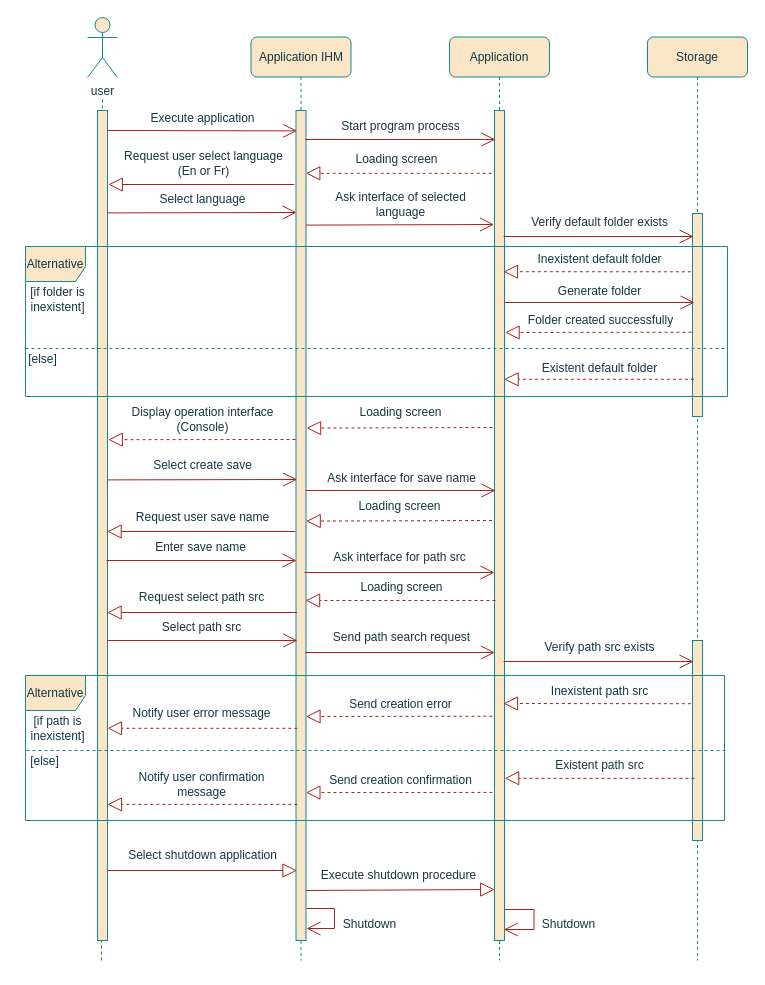
Before: page "Page-1" (1 of 2) of create diagram.drawio in Weicheng178/UML, a draw.io diagram. Source tidied: cells renumbered, new cells numbered last; positions are measured from the earlier drawing's top-left corner, leaving out a move shared by most shapes. Both pictures are drawn from the tidied source at 100%, with x=0, y=0 at pixel (17, 17).
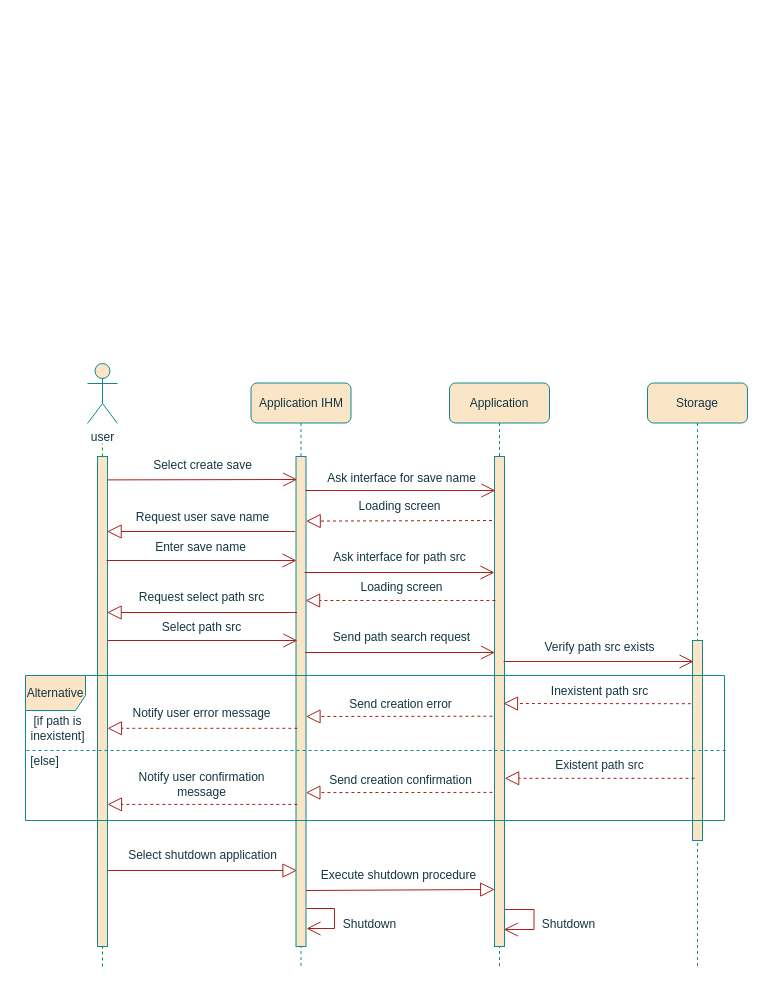
The same diagram, later.

Change to the diagram source:
```diff
@@
     <mxCell id="3" value="&lt;span style=&quot;&quot;&gt;Application IHM&lt;/span&gt;" style="shape=umlLifeline;perimeter=lifelinePerimeter;whiteSpace=wrap;html=1;rounded=1;fillColor=#FAE5C7;strokeColor=#0F8B8D;fontColor=#143642;" parent="1" vertex="1">
-      <mxGeometry x="233.5" y="19.5" width="100" height="923.5" as="geometry" />
+      <mxGeometry x="233.5" y="365.5" width="100" height="583.5" as="geometry" />
     </mxCell>
     <mxCell id="4" value="user" style="shape=umlActor;verticalLabelPosition=bottom;verticalAlign=top;html=1;rounded=1;fillColor=#FAE5C7;strokeColor=#0F8B8D;fontColor=#143642;" parent="1" vertex="1">
-      <mxGeometry x="70" width="30" height="60" as="geometry" />
+      <mxGeometry x="70" y="346" width="30" height="60" as="geometry" />
     </mxCell>
     <mxCell id="5" value="&lt;span style=&quot;&quot;&gt;Application&lt;/span&gt;" style="shape=umlLifeline;perimeter=lifelinePerimeter;whiteSpace=wrap;html=1;rounded=1;fillColor=#FAE5C7;strokeColor=#0F8B8D;fontColor=#143642;" parent="1" vertex="1">
-      <mxGeometry x="432" y="19.5" width="100" height="923.5" as="geometry" />
+      <mxGeometry x="432" y="365.5" width="100" height="583.5" as="geometry" />
     </mxCell>
     <mxCell id="6" value="&lt;span style=&quot;&quot;&gt;Storage&lt;/span&gt;" style="shape=umlLifeline;perimeter=lifelinePerimeter;whiteSpace=wrap;html=1;rounded=1;fillColor=#FAE5C7;strokeColor=#0F8B8D;fontColor=#143642;" parent="1" vertex="1">
-      <mxGeometry x="630" y="19.5" width="100" height="923.5" as="geometry" />
+      <mxGeometry x="630" y="365.5" width="100" height="583.5" as="geometry" />
     </mxCell>
     <mxCell id="7" style="endArrow=none;dashed=1;html=1;rounded=1;labelBackgroundColor=#DAD2D8;strokeColor=#009900;fontColor=#143642;fillColor=#d5e8d4;" parent="1" edge="1">
       <mxGeometry relative="1" as="geometry">
-        <mxPoint x="84" y="943" as="sourcePoint" />
-        <mxPoint x="84.9" y="80" as="targetPoint" />
+        <mxPoint x="85" y="949" as="sourcePoint" />
+        <mxPoint x="84.9" y="426" as="targetPoint" />
       </mxGeometry>
     </mxCell>
@@
     <mxCell id="14" style="html=1;perimeter=orthogonalPerimeter;rounded=0;glass=0;labelBackgroundColor=none;fillStyle=auto;fillColor=#FAE5C7;strokeColor=#0F8B8D;fontColor=#143642;" parent="1" vertex="1">
-      <mxGeometry x="80" y="93" width="10" height="830" as="geometry" />
+      <mxGeometry x="80" y="439" width="10" height="490" as="geometry" />
     </mxCell>
     <mxCell id="15" style="html=1;perimeter=orthogonalPerimeter;rounded=0;glass=0;labelBackgroundColor=none;fillStyle=auto;fillColor=#FAE5C7;strokeColor=#0F8B8D;fontColor=#143642;" parent="1" vertex="1">
-      <mxGeometry x="278.5" y="93" width="10" height="830" as="geometry" />
+      <mxGeometry x="278.5" y="439" width="10" height="490" as="geometry" />
     </mxCell>
@@
     <mxCell id="17" style="html=1;perimeter=orthogonalPerimeter;rounded=0;glass=0;labelBackgroundColor=none;fillStyle=auto;fillColor=#FAE5C7;strokeColor=#0F8B8D;fontColor=#143642;" parent="1" vertex="1">
-      <mxGeometry x="477" y="93" width="10" height="830" as="geometry" />
+      <mxGeometry x="477" y="439" width="10" height="490" as="geometry" />
     </mxCell>
@@
-    <mxCell id="45" style="html=1;perimeter=orthogonalPerimeter;rounded=0;glass=0;labelBackgroundColor=none;fillStyle=auto;fillColor=#FAE5C7;strokeColor=#0F8B8D;fontColor=#143642;" parent="1" vertex="1">
-      <mxGeometry x="675" y="196" width="10" height="203" as="geometry" />
-    </mxCell>
-    <mxCell id="46" style="endArrow=block;dashed=1;endFill=0;endSize=12;html=1;rounded=1;exitX=-0.161;exitY=0.058;exitDx=0;exitDy=0;exitPerimeter=0;labelBackgroundColor=#DAD2D8;strokeColor=#A8201A;fontColor=#143642;" parent="1" edge="1">
-      <mxGeometry relative="1" as="geometry">
-        <mxPoint x="673.4" y="254.3" as="sourcePoint" />
-        <mxPoint x="486" y="254.2" as="targetPoint" />
-      </mxGeometry>
-    </mxCell>
-    <mxCell id="47" style="endArrow=block;dashed=1;endFill=0;endSize=12;html=1;rounded=1;labelBackgroundColor=#DAD2D8;strokeColor=#A8201A;fontColor=#143642;" parent="1" edge="1">
-      <mxGeometry relative="1" as="geometry">
-        <mxPoint x="474.2" y="155.8" as="sourcePoint" />
-        <mxPoint x="288.3" y="155.8" as="targetPoint" />
-      </mxGeometry>
-    </mxCell>
-    <mxCell id="48" style="endArrow=open;endFill=1;endSize=12;html=1;rounded=1;targetPerimeterSpacing=-4;sourcePerimeterSpacing=3;labelBackgroundColor=#DAD2D8;strokeColor=#A8201A;fontColor=#143642;" parent="1" edge="1">
-      <mxGeometry relative="1" as="geometry">
-        <mxPoint x="487" y="285" as="sourcePoint" />
-        <mxPoint x="677" y="285" as="targetPoint" />
-      </mxGeometry>
-    </mxCell>
-    <mxCell id="49" style="endArrow=block;dashed=1;endFill=0;endSize=12;html=1;rounded=1;targetPerimeterSpacing=-4;sourcePerimeterSpacing=3;labelBackgroundColor=#DAD2D8;strokeColor=#A8201A;fontColor=#143642;" parent="1" edge="1">
-      <mxGeometry relative="1" as="geometry">
-        <mxPoint x="676.4" y="361.8" as="sourcePoint" />
-        <mxPoint x="486.6" y="361.8" as="targetPoint" />
-      </mxGeometry>
-    </mxCell>
-    <mxCell id="50" value="Execute application" style="text;html=1;align=center;verticalAlign=middle;strokeColor=none;fillColor=none;rounded=1;fontColor=#143642;" parent="1" vertex="1">
-      <mxGeometry x="120" y="86" width="130" height="30" as="geometry" />
-    </mxCell>
-    <mxCell id="51" style="endArrow=open;endFill=1;endSize=12;html=1;rounded=1;entryX=0.118;entryY=0.021;entryDx=0;entryDy=0;entryPerimeter=0;labelBackgroundColor=#DAD2D8;strokeColor=#A8201A;fontColor=#143642;" parent="1" edge="1">
-      <mxGeometry relative="1" as="geometry">
-        <mxPoint x="90" y="113" as="sourcePoint" />
-        <mxPoint x="279.6" y="113.4" as="targetPoint" />
-      </mxGeometry>
-    </mxCell>
-    <mxCell id="52" value="Start program process" style="text;html=1;align=center;verticalAlign=middle;strokeColor=none;fillColor=none;rounded=1;fontColor=#143642;" parent="1" vertex="1">
-      <mxGeometry x="313" y="94" width="140" height="30" as="geometry" />
-    </mxCell>
-    <mxCell id="53" style="endArrow=open;endFill=1;endSize=12;html=1;rounded=1;exitX=0.913;exitY=0.022;exitDx=0;exitDy=0;exitPerimeter=0;labelBackgroundColor=#DAD2D8;strokeColor=#A8201A;fontColor=#143642;" parent="1" edge="1">
-      <mxGeometry relative="1" as="geometry">
-        <mxPoint x="287.6" y="122" as="sourcePoint" />
-        <mxPoint x="478" y="122" as="targetPoint" />
-      </mxGeometry>
-    </mxCell>
-    <mxCell id="54" style="endArrow=block;dashed=1;endFill=0;endSize=12;html=1;rounded=1;exitX=-0.125;exitY=0.144;exitDx=0;exitDy=0;exitPerimeter=0;labelBackgroundColor=#DAD2D8;strokeColor=#A8201A;fontColor=#143642;" parent="1" edge="1">
-      <mxGeometry relative="1" as="geometry">
-        <mxPoint x="278" y="422" as="sourcePoint" />
-        <mxPoint x="90.8" y="422.2" as="targetPoint" />
-      </mxGeometry>
-    </mxCell>
-    <mxCell id="55" value="Verify default folder exists" style="text;html=1;align=center;verticalAlign=middle;strokeColor=none;fillColor=none;rounded=1;fontColor=#143642;" parent="1" vertex="1">
-      <mxGeometry x="501.5" y="190" width="160" height="30" as="geometry" />
-    </mxCell>
-    <mxCell id="56" value="Alternative" style="shape=umlFrame;whiteSpace=wrap;html=1;width=60;height=35;fillColor=#FAE5C7;strokeColor=#0F8B8D;fontColor=#143642;" parent="1" vertex="1">
-      <mxGeometry x="8" y="229" width="702" height="150" as="geometry" />
-    </mxCell>
-    <mxCell id="57" value="Loading screen" style="text;html=1;align=center;verticalAlign=middle;strokeColor=none;fillColor=none;rounded=1;fontColor=#143642;" parent="1" vertex="1">
-      <mxGeometry x="324" y="127" width="110" height="30" as="geometry" />
-    </mxCell>
-    <mxCell id="58" value="[if folder is &lt;br&gt;inexistent]" style="text;html=1;align=center;verticalAlign=middle;strokeColor=none;fillColor=none;fontColor=#143642;" parent="1" vertex="1">
-      <mxGeometry y="262" width="80" height="40" as="geometry" />
-    </mxCell>
-    <mxCell id="59" value="[else]" style="text;html=1;align=center;verticalAlign=middle;strokeColor=none;fillColor=none;fontColor=#143642;" parent="1" vertex="1">
-      <mxGeometry y="327" width="50" height="30" as="geometry" />
-    </mxCell>
-    <mxCell id="60" value="Inexistent default folder" style="text;html=1;align=center;verticalAlign=middle;strokeColor=none;fillColor=none;rounded=1;fontColor=#143642;" parent="1" vertex="1">
-      <mxGeometry x="507" y="227.2" width="150" height="30" as="geometry" />
-    </mxCell>
-    <mxCell id="61" style="line;strokeWidth=1;fillColor=none;align=left;verticalAlign=middle;spacingTop=-1;spacingLeft=3;spacingRight=3;labelPosition=right;dashed=1;labelBackgroundColor=#DAD2D8;strokeColor=#0F8B8D;fontColor=#143642;" parent="1" vertex="1">
-      <mxGeometry x="8" y="327" width="700" height="8" as="geometry" />
-    </mxCell>
-    <mxCell id="62" value="Generate folder" style="text;html=1;align=center;verticalAlign=middle;strokeColor=none;fillColor=none;rounded=1;fontColor=#143642;" parent="1" vertex="1">
-      <mxGeometry x="527.4" y="259" width="110" height="30" as="geometry" />
-    </mxCell>
-    <mxCell id="63" value="Existent default folder" style="text;html=1;align=center;verticalAlign=middle;strokeColor=none;fillColor=none;rounded=1;fontColor=#143642;" parent="1" vertex="1">
-      <mxGeometry x="511.5" y="336" width="140" height="30" as="geometry" />
-    </mxCell>
-    <mxCell id="64" value="Display operation interface&lt;br&gt;(Console)" style="text;html=1;align=center;verticalAlign=middle;strokeColor=none;fillColor=none;rounded=1;fontColor=#143642;" parent="1" vertex="1">
-      <mxGeometry x="100" y="382" width="170" height="40" as="geometry" />
-    </mxCell>
-    <mxCell id="65" style="endArrow=open;endFill=1;endSize=12;html=1;rounded=1;targetPerimeterSpacing=-4;sourcePerimeterSpacing=3;labelBackgroundColor=#DAD2D8;strokeColor=#A8201A;fontColor=#143642;" parent="1" edge="1">
-      <mxGeometry relative="1" as="geometry">
-        <mxPoint x="486.1" y="219" as="sourcePoint" />
-        <mxPoint x="676.1" y="219" as="targetPoint" />
-      </mxGeometry>
-    </mxCell>
-    <mxCell id="66" style="endArrow=block;dashed=1;endFill=0;endSize=12;html=1;rounded=1;targetPerimeterSpacing=-4;sourcePerimeterSpacing=3;exitX=-0.099;exitY=0.603;exitDx=0;exitDy=0;exitPerimeter=0;labelBackgroundColor=#DAD2D8;strokeColor=#A8201A;fontColor=#143642;" parent="1" edge="1">
-      <mxGeometry relative="1" as="geometry">
-        <mxPoint x="674" y="314.7" as="sourcePoint" />
-        <mxPoint x="487.6" y="315" as="targetPoint" />
-      </mxGeometry>
-    </mxCell>
-    <mxCell id="67" value="Folder created successfully" style="text;html=1;align=center;verticalAlign=middle;strokeColor=none;fillColor=none;rounded=1;fontColor=#143642;" parent="1" vertex="1">
-      <mxGeometry x="497.5" y="288" width="170" height="30" as="geometry" />
-    </mxCell>
-    <mxCell id="68" value="Request user select language&lt;br&gt;(En or Fr)" style="text;html=1;align=center;verticalAlign=middle;strokeColor=none;fillColor=none;rounded=1;fontColor=#143642;" parent="1" vertex="1">
-      <mxGeometry x="95.8" y="126" width="180" height="40" as="geometry" />
-    </mxCell>
-    <mxCell id="69" style="endArrow=block;endFill=0;endSize=12;html=1;rounded=1;labelBackgroundColor=#DAD2D8;strokeColor=#A8201A;fontColor=#143642;" parent="1" edge="1">
-      <mxGeometry relative="1" as="geometry">
-        <mxPoint x="276.8" y="167" as="sourcePoint" />
-        <mxPoint x="90.8" y="167" as="targetPoint" />
-      </mxGeometry>
-    </mxCell>
-    <mxCell id="70" value="Select language" style="text;html=1;align=center;verticalAlign=middle;strokeColor=none;fillColor=none;rounded=1;fontColor=#143642;" parent="1" vertex="1">
-      <mxGeometry x="130" y="167" width="110" height="30" as="geometry" />
-    </mxCell>
-    <mxCell id="71" style="endArrow=open;endFill=1;endSize=12;html=1;rounded=1;entryX=0.071;entryY=0.165;entryDx=0;entryDy=0;entryPerimeter=0;labelBackgroundColor=#DAD2D8;strokeColor=#A8201A;fontColor=#143642;" parent="1" edge="1">
-      <mxGeometry relative="1" as="geometry">
-        <mxPoint x="90" y="195.4" as="sourcePoint" />
-        <mxPoint x="279.2" y="195" as="targetPoint" />
-      </mxGeometry>
-    </mxCell>
-    <mxCell id="72" value="Loading screen" style="text;html=1;align=center;verticalAlign=middle;strokeColor=none;fillColor=none;rounded=1;fontColor=#143642;" parent="1" vertex="1">
-      <mxGeometry x="327.8" y="380" width="110" height="30" as="geometry" />
-    </mxCell>
-    <mxCell id="73" style="endArrow=block;dashed=1;endFill=0;endSize=12;html=1;rounded=1;exitX=-0.211;exitY=0.186;exitDx=0;exitDy=0;exitPerimeter=0;labelBackgroundColor=#DAD2D8;strokeColor=#A8201A;fontColor=#143642;" parent="1" edge="1">
-      <mxGeometry relative="1" as="geometry">
-        <mxPoint x="474.9" y="410" as="sourcePoint" />
-        <mxPoint x="289.1" y="410.6" as="targetPoint" />
-      </mxGeometry>
-    </mxCell>
-    <mxCell id="74" style="endArrow=open;endFill=1;endSize=12;html=1;rounded=1;entryX=-0.083;entryY=0.173;entryDx=0;entryDy=0;entryPerimeter=0;labelBackgroundColor=#DAD2D8;strokeColor=#A8201A;fontColor=#143642;" parent="1" edge="1">
-      <mxGeometry relative="1" as="geometry">
-        <mxPoint x="288.5" y="207.6" as="sourcePoint" />
-        <mxPoint x="476.6" y="207" as="targetPoint" />
-      </mxGeometry>
-    </mxCell>
-    <mxCell id="75" value="Ask interface of selected &lt;br&gt;language" style="text;html=1;align=center;verticalAlign=middle;strokeColor=none;fillColor=none;rounded=1;fontColor=#143642;" parent="1" vertex="1">
-      <mxGeometry x="307.8" y="167" width="150" height="40" as="geometry" />
-    </mxCell>
```
